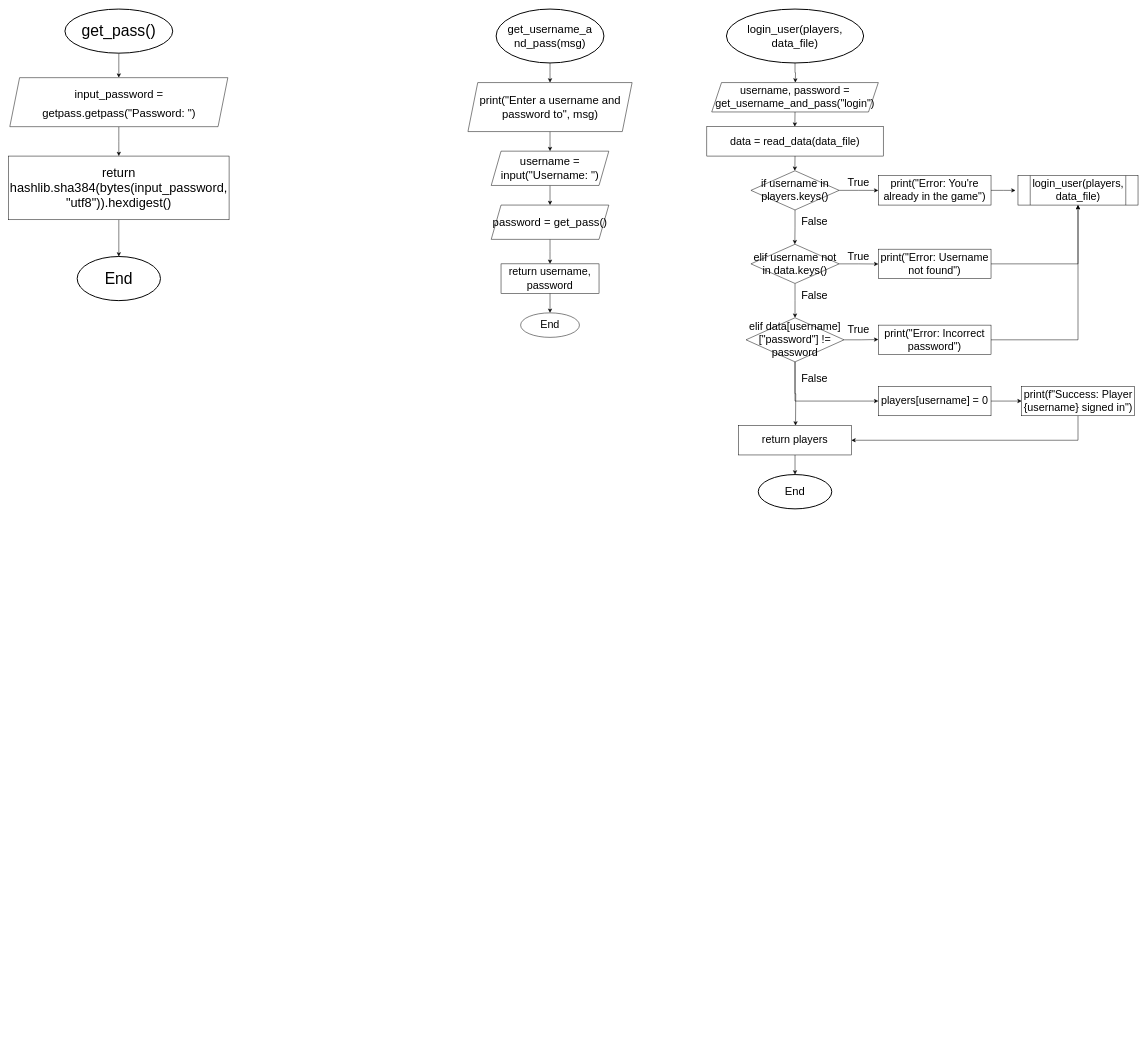
Earlier version of the draw.io diagram Untitled Diagram.drawio (SpyHoodle/python-dice-game). Source tidied: cells renumbered, new cells numbered last; positions are measured from the earlier drawing's top-left corner, leaving out a move shared by most shapes. Both pictures are drawn from the tidied source at 49%, with x=0, y=0 at pixel (8, 9).
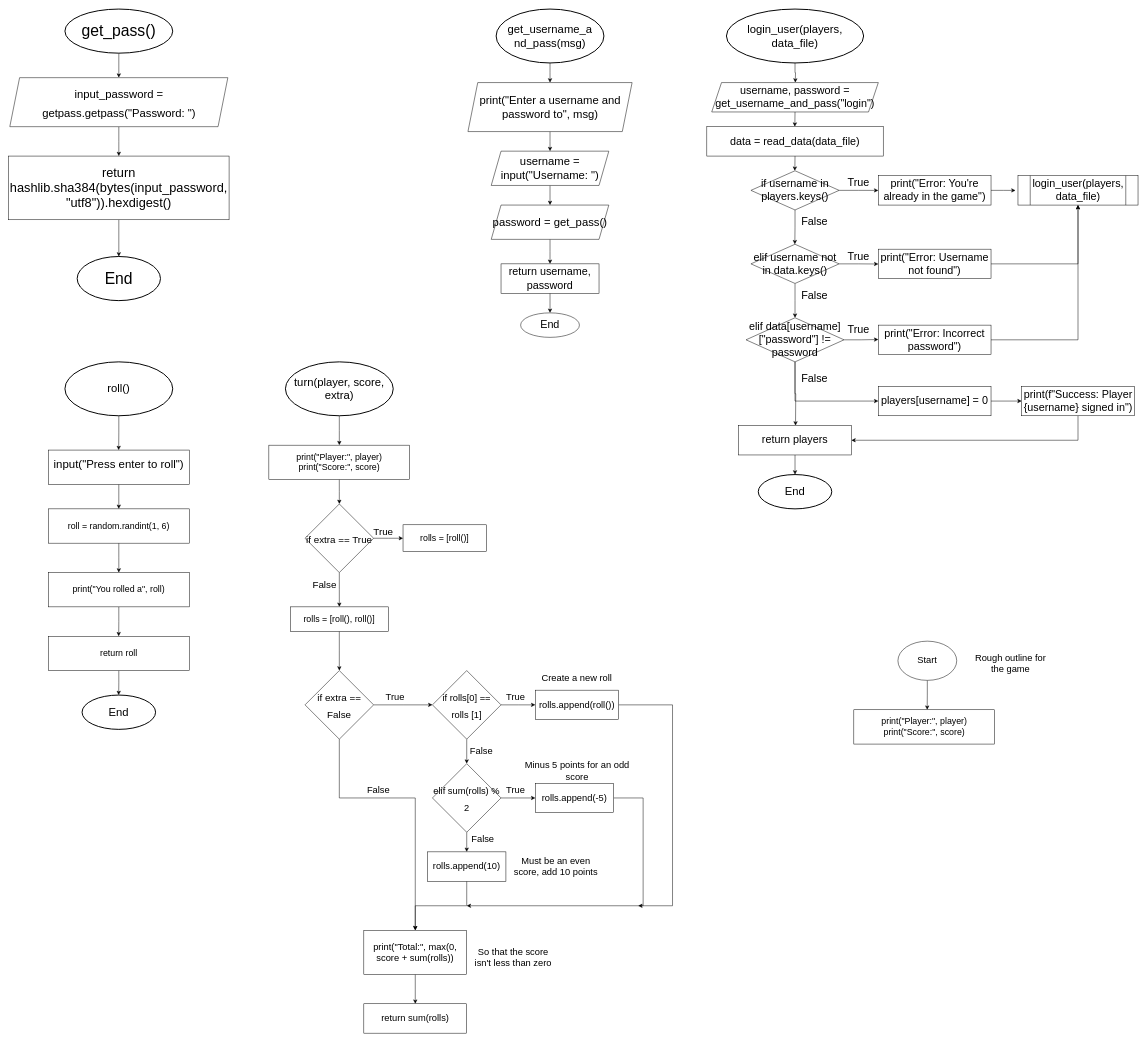
The same page after the edit.

Diff of the diagram source:
```diff
@@
+    <mxCell id="56" style="edgeStyle=orthogonalEdgeStyle;rounded=0;jettySize=auto;html=1;exitX=0.5;exitY=1;exitDx=0;exitDy=0;exitPerimeter=0;" parent="1" edge="1" source="57">
+      <mxGeometry relative="1" as="geometry">
+        <mxPoint x="224.7" y="900" as="targetPoint" />
+      </mxGeometry>
+    </mxCell>
+    <mxCell id="57" value="roll()" style="strokeWidth=2;html=1;shape=mxgraph.flowchart.start_1;whiteSpace=wrap;fontSize=23;" parent="1" vertex="1">
+      <mxGeometry x="115" y="720" width="220" height="110" as="geometry" />
+    </mxCell>
+    <mxCell id="58" style="edgeStyle=orthogonalEdgeStyle;rounded=0;jettySize=auto;html=1;exitX=0.5;exitY=1;exitDx=0;exitDy=0;entryX=0.5;entryY=0;entryDx=0;entryDy=0;fontSize=28;" parent="1" edge="1" source="59" target="61">
+      <mxGeometry relative="1" as="geometry" />
+    </mxCell>
+    <mxCell id="59" value="&lt;font style=&quot;font-size: 28px&quot;&gt;&lt;sup&gt;input(&quot;Press enter to roll&quot;)&lt;br style=&quot;font-size: 28px&quot;&gt;&lt;/sup&gt;&lt;/font&gt;" style="rounded=0;whiteSpace=wrap;html=1;fontSize=18;" parent="1" vertex="1">
+      <mxGeometry x="81.2" y="900" width="287.5" height="70" as="geometry" />
+    </mxCell>
+    <mxCell id="60" style="edgeStyle=orthogonalEdgeStyle;rounded=0;jettySize=auto;html=1;exitX=0.5;exitY=1;exitDx=0;exitDy=0;fontSize=28;" parent="1" edge="1" source="61" target="63">
+      <mxGeometry relative="1" as="geometry" />
+    </mxCell>
+    <mxCell id="61" value="roll = random.randint(1, 6)" style="rounded=0;whiteSpace=wrap;html=1;fontSize=18;" parent="1" vertex="1">
+      <mxGeometry x="81.2" y="1020" width="287.5" height="70" as="geometry" />
+    </mxCell>
+    <mxCell id="62" style="edgeStyle=orthogonalEdgeStyle;rounded=0;jettySize=auto;html=1;exitX=0.5;exitY=1;exitDx=0;exitDy=0;fontSize=28;" parent="1" edge="1" source="63">
+      <mxGeometry relative="1" as="geometry">
+        <mxPoint x="224.7" y="1280" as="targetPoint" />
+      </mxGeometry>
+    </mxCell>
+    <mxCell id="63" value="print(&quot;You rolled a&quot;, roll)" style="rounded=0;whiteSpace=wrap;html=1;fontSize=18;" parent="1" vertex="1">
+      <mxGeometry x="81.2" y="1150" width="287.5" height="70" as="geometry" />
+    </mxCell>
+    <mxCell id="64" style="edgeStyle=orthogonalEdgeStyle;rounded=0;jettySize=auto;html=1;exitX=0.5;exitY=1;exitDx=0;exitDy=0;fontSize=28;" parent="1" edge="1" source="65">
+      <mxGeometry relative="1" as="geometry">
+        <mxPoint x="224.7" y="1400" as="targetPoint" />
+      </mxGeometry>
+    </mxCell>
+    <mxCell id="65" value="return roll" style="rounded=0;whiteSpace=wrap;html=1;fontSize=18;" parent="1" vertex="1">
+      <mxGeometry x="81.2" y="1280" width="287.5" height="70" as="geometry" />
+    </mxCell>
+    <mxCell id="66" value="End" style="strokeWidth=2;html=1;shape=mxgraph.flowchart.start_1;whiteSpace=wrap;fontSize=23;" parent="1" vertex="1">
+      <mxGeometry x="150" y="1400" width="150" height="70" as="geometry" />
+    </mxCell>
+    <mxCell id="67" style="edgeStyle=orthogonalEdgeStyle;rounded=0;jettySize=auto;html=1;exitX=0.5;exitY=1;exitDx=0;exitDy=0;exitPerimeter=0;fontSize=28;" parent="1" edge="1" source="68">
+      <mxGeometry relative="1" as="geometry">
+        <mxPoint x="675" y="890" as="targetPoint" />
+      </mxGeometry>
+    </mxCell>
+    <mxCell id="68" value="turn(player, score, extra)" style="strokeWidth=2;html=1;shape=mxgraph.flowchart.start_1;whiteSpace=wrap;fontSize=23;" parent="1" vertex="1">
+      <mxGeometry x="565" y="720" width="220" height="110" as="geometry" />
+    </mxCell>
+    <mxCell id="69" style="edgeStyle=orthogonalEdgeStyle;rounded=0;jettySize=auto;html=1;exitX=0.5;exitY=1;exitDx=0;exitDy=0;fontSize=28;" parent="1" edge="1" source="70">
+      <mxGeometry relative="1" as="geometry">
+        <mxPoint x="675" y="1010" as="targetPoint" />
+      </mxGeometry>
+    </mxCell>
+    <mxCell id="70" value="&lt;div&gt;print(&quot;Player:&quot;, player)&lt;/div&gt;&lt;div&gt;print(&quot;Score:&quot;, score)&lt;br&gt;&lt;/div&gt;" style="rounded=0;whiteSpace=wrap;html=1;fontSize=18;" parent="1" vertex="1">
+      <mxGeometry x="531.2" y="890" width="287.5" height="70" as="geometry" />
+    </mxCell>
+    <mxCell id="71" style="edgeStyle=orthogonalEdgeStyle;rounded=0;jettySize=auto;html=1;exitX=1;exitY=0.5;exitDx=0;exitDy=0;fontSize=20;" parent="1" edge="1" source="73">
+      <mxGeometry relative="1" as="geometry">
+        <mxPoint x="805" y="1080" as="targetPoint" />
+      </mxGeometry>
+    </mxCell>
+    <mxCell id="72" style="edgeStyle=orthogonalEdgeStyle;rounded=0;jettySize=auto;html=1;exitX=0.5;exitY=1;exitDx=0;exitDy=0;fontSize=20;" parent="1" edge="1" source="73">
+      <mxGeometry relative="1" as="geometry">
+        <mxPoint x="675" y="1220" as="targetPoint" />
+      </mxGeometry>
+    </mxCell>
+    <mxCell id="73" value="&lt;font style=&quot;font-size: 20px&quot;&gt;if extra == True&lt;br&gt;&lt;/font&gt;" style="rhombus;whiteSpace=wrap;html=1;fontSize=28;" parent="1" vertex="1">
+      <mxGeometry x="605" y="1010" width="140" height="140" as="geometry" />
+    </mxCell>
+    <mxCell id="74" value="rolls = [roll()]" style="rounded=0;whiteSpace=wrap;html=1;fontSize=18;" parent="1" vertex="1">
+      <mxGeometry x="805" y="1052.5" width="170" height="55" as="geometry" />
+    </mxCell>
+    <mxCell id="75" style="edgeStyle=orthogonalEdgeStyle;rounded=0;jettySize=auto;html=1;exitX=0.5;exitY=1;exitDx=0;exitDy=0;fontSize=20;" parent="1" edge="1" source="76">
+      <mxGeometry relative="1" as="geometry">
+        <mxPoint x="675" y="1350" as="targetPoint" />
+      </mxGeometry>
+    </mxCell>
+    <mxCell id="76" value="rolls = [roll(), roll()]" style="rounded=0;whiteSpace=wrap;html=1;fontSize=18;" parent="1" vertex="1">
+      <mxGeometry x="575" y="1220" width="200" height="50" as="geometry" />
+    </mxCell>
+    <mxCell id="77" style="edgeStyle=orthogonalEdgeStyle;rounded=0;jettySize=auto;html=1;exitX=1;exitY=0.5;exitDx=0;exitDy=0;fontSize=20;" parent="1" edge="1" source="79">
+      <mxGeometry relative="1" as="geometry">
+        <mxPoint x="865" y="1420" as="targetPoint" />
+      </mxGeometry>
+    </mxCell>
+    <mxCell id="78" style="edgeStyle=orthogonalEdgeStyle;rounded=0;jettySize=auto;html=1;exitX=0.5;exitY=1;exitDx=0;exitDy=0;fontSize=19;" parent="1" edge="1" source="79" target="101">
+      <mxGeometry relative="1" as="geometry">
+        <Array as="points">
+          <mxPoint x="675" y="1610" />
+          <mxPoint x="830" y="1610" />
+        </Array>
+      </mxGeometry>
+    </mxCell>
+    <mxCell id="79" value="&lt;font style=&quot;font-size: 20px&quot;&gt;if extra == False&lt;br&gt;&lt;/font&gt;" style="rhombus;whiteSpace=wrap;html=1;fontSize=28;" parent="1" vertex="1">
+      <mxGeometry x="605" y="1350" width="140" height="140" as="geometry" />
+    </mxCell>
+    <mxCell id="80" value="True" style="text;html=1;strokeColor=none;fillColor=none;align=center;verticalAlign=middle;whiteSpace=wrap;rounded=0;fontSize=20;" parent="1" vertex="1">
+      <mxGeometry x="735" y="1050" width="60" height="30" as="geometry" />
+    </mxCell>
+    <mxCell id="81" value="False" style="text;html=1;strokeColor=none;fillColor=none;align=center;verticalAlign=middle;whiteSpace=wrap;rounded=0;fontSize=20;" parent="1" vertex="1">
+      <mxGeometry x="615" y="1160" width="60" height="30" as="geometry" />
+    </mxCell>
+    <mxCell id="82" style="edgeStyle=orthogonalEdgeStyle;rounded=0;jettySize=auto;html=1;exitX=0.5;exitY=1;exitDx=0;exitDy=0;fontSize=19;" parent="1" edge="1" source="84" target="87">
+      <mxGeometry relative="1" as="geometry" />
+    </mxCell>
+    <mxCell id="83" style="edgeStyle=orthogonalEdgeStyle;rounded=0;jettySize=auto;html=1;exitX=1;exitY=0.5;exitDx=0;exitDy=0;fontSize=19;" parent="1" edge="1" source="84">
+      <mxGeometry relative="1" as="geometry">
+        <mxPoint x="1075" y="1420" as="targetPoint" />
+      </mxGeometry>
+    </mxCell>
+    <mxCell id="84" value="&lt;font style=&quot;font-size: 19px&quot;&gt;if rolls[0] == rolls [1]&lt;br&gt;&lt;/font&gt;" style="rhombus;whiteSpace=wrap;html=1;fontSize=28;" parent="1" vertex="1">
+      <mxGeometry x="865" y="1350" width="140" height="140" as="geometry" />
+    </mxCell>
+    <mxCell id="85" style="edgeStyle=orthogonalEdgeStyle;rounded=0;jettySize=auto;html=1;exitX=0.5;exitY=1;exitDx=0;exitDy=0;fontSize=19;" parent="1" edge="1" source="87">
+      <mxGeometry relative="1" as="geometry">
+        <mxPoint x="935" y="1720" as="targetPoint" />
+      </mxGeometry>
+    </mxCell>
+    <mxCell id="86" style="edgeStyle=orthogonalEdgeStyle;rounded=0;jettySize=auto;html=1;exitX=1;exitY=0.5;exitDx=0;exitDy=0;fontSize=19;" parent="1" edge="1" source="87">
+      <mxGeometry relative="1" as="geometry">
+        <mxPoint x="1075" y="1610" as="targetPoint" />
+      </mxGeometry>
+    </mxCell>
+    <mxCell id="87" value="&lt;font style=&quot;font-size: 19px&quot;&gt;elif sum(rolls) % 2&lt;br&gt;&lt;/font&gt;" style="rhombus;whiteSpace=wrap;html=1;fontSize=28;" parent="1" vertex="1">
+      <mxGeometry x="865" y="1540" width="140" height="140" as="geometry" />
+    </mxCell>
+    <mxCell id="88" style="edgeStyle=orthogonalEdgeStyle;rounded=0;jettySize=auto;html=1;exitX=0.5;exitY=1;exitDx=0;exitDy=0;entryX=0.5;entryY=0;entryDx=0;entryDy=0;fontSize=19;" parent="1" edge="1" source="89" target="101">
+      <mxGeometry relative="1" as="geometry" />
+    </mxCell>
+    <mxCell id="89" value="rolls.append(10)" style="rounded=0;whiteSpace=wrap;html=1;fontSize=19;" parent="1" vertex="1">
+      <mxGeometry x="855" y="1720" width="160" height="60" as="geometry" />
+    </mxCell>
+    <mxCell id="90" value="True" style="text;html=1;strokeColor=none;fillColor=none;align=center;verticalAlign=middle;whiteSpace=wrap;rounded=0;fontSize=19;" parent="1" vertex="1">
+      <mxGeometry x="1005" y="1390" width="60" height="30" as="geometry" />
+    </mxCell>
+    <mxCell id="91" value="False" style="text;html=1;strokeColor=none;fillColor=none;align=center;verticalAlign=middle;whiteSpace=wrap;rounded=0;fontSize=19;" parent="1" vertex="1">
+      <mxGeometry x="935" y="1500" width="60" height="30" as="geometry" />
+    </mxCell>
+    <mxCell id="92" value="False" style="text;html=1;strokeColor=none;fillColor=none;align=center;verticalAlign=middle;whiteSpace=wrap;rounded=0;fontSize=19;" parent="1" vertex="1">
+      <mxGeometry x="937.5" y="1680" width="60" height="30" as="geometry" />
+    </mxCell>
+    <mxCell id="93" value="True" style="text;html=1;strokeColor=none;fillColor=none;align=center;verticalAlign=middle;whiteSpace=wrap;rounded=0;fontSize=19;" parent="1" vertex="1">
+      <mxGeometry x="1005" y="1580" width="60" height="30" as="geometry" />
+    </mxCell>
+    <mxCell id="94" style="edgeStyle=orthogonalEdgeStyle;rounded=0;jettySize=auto;html=1;exitX=1;exitY=0.5;exitDx=0;exitDy=0;fontSize=19;" parent="1" edge="1" source="95">
+      <mxGeometry relative="1" as="geometry">
+        <mxPoint x="935" y="1830" as="targetPoint" />
+        <Array as="points">
+          <mxPoint x="1295" y="1610" />
+          <mxPoint x="1295" y="1830" />
+        </Array>
+      </mxGeometry>
+    </mxCell>
+    <mxCell id="95" value="rolls.append(-5)" style="rounded=0;whiteSpace=wrap;html=1;fontSize=19;" parent="1" vertex="1">
+      <mxGeometry x="1075" y="1580" width="160" height="60" as="geometry" />
+    </mxCell>
+    <mxCell id="96" style="edgeStyle=orthogonalEdgeStyle;rounded=0;jettySize=auto;html=1;fontSize=19;" parent="1" edge="1" source="97">
+      <mxGeometry relative="1" as="geometry">
+        <mxPoint x="1285" y="1830" as="targetPoint" />
+        <Array as="points">
+          <mxPoint x="1355" y="1420" />
+          <mxPoint x="1355" y="1830" />
+        </Array>
+      </mxGeometry>
+    </mxCell>
+    <mxCell id="97" value="rolls.append(roll())" style="rounded=0;whiteSpace=wrap;html=1;fontSize=19;" parent="1" vertex="1">
+      <mxGeometry x="1075" y="1390" width="170" height="60" as="geometry" />
+    </mxCell>
+    <mxCell id="98" value="Create a new roll" style="text;html=1;strokeColor=none;fillColor=none;align=center;verticalAlign=middle;whiteSpace=wrap;rounded=0;fontSize=19;" parent="1" vertex="1">
+      <mxGeometry x="1085" y="1350" width="150" height="30" as="geometry" />
+    </mxCell>
+    <mxCell id="99" value="True" style="text;html=1;strokeColor=none;fillColor=none;align=center;verticalAlign=middle;whiteSpace=wrap;rounded=0;fontSize=19;" parent="1" vertex="1">
+      <mxGeometry x="758.8" y="1390" width="60" height="30" as="geometry" />
+    </mxCell>
+    <mxCell id="100" style="edgeStyle=orthogonalEdgeStyle;rounded=0;jettySize=auto;html=1;exitX=0.5;exitY=1;exitDx=0;exitDy=0;fontSize=19;" parent="1" edge="1" source="101">
+      <mxGeometry relative="1" as="geometry">
+        <mxPoint x="830" y="2030" as="targetPoint" />
+      </mxGeometry>
+    </mxCell>
+    <mxCell id="101" value="print(&quot;Total:&quot;, max(0, score + sum(rolls))" style="rounded=0;whiteSpace=wrap;html=1;fontSize=19;" parent="1" vertex="1">
+      <mxGeometry x="725" y="1880" width="210" height="90" as="geometry" />
+    </mxCell>
+    <mxCell id="102" value="Minus 5 points for an odd score" style="text;html=1;strokeColor=none;fillColor=none;align=center;verticalAlign=middle;whiteSpace=wrap;rounded=0;fontSize=19;" parent="1" vertex="1">
+      <mxGeometry x="1037.5" y="1540" width="245" height="30" as="geometry" />
+    </mxCell>
+    <mxCell id="103" value="Must be an even score, add 10 points" style="text;html=1;strokeColor=none;fillColor=none;align=center;verticalAlign=middle;whiteSpace=wrap;rounded=0;fontSize=19;" parent="1" vertex="1">
+      <mxGeometry x="1027.5" y="1735" width="177.5" height="30" as="geometry" />
+    </mxCell>
+    <mxCell id="104" value="False" style="text;html=1;strokeColor=none;fillColor=none;align=center;verticalAlign=middle;whiteSpace=wrap;rounded=0;fontSize=19;" parent="1" vertex="1">
+      <mxGeometry x="725" y="1580" width="60" height="30" as="geometry" />
+    </mxCell>
+    <mxCell id="105" value="return sum(rolls)" style="rounded=0;whiteSpace=wrap;html=1;fontSize=19;" parent="1" vertex="1">
+      <mxGeometry x="725" y="2030" width="210" height="60" as="geometry" />
+    </mxCell>
+    <mxCell id="106" value="So that the score isn't less than zero" style="text;html=1;strokeColor=none;fillColor=none;align=center;verticalAlign=middle;whiteSpace=wrap;rounded=0;fontSize=19;" parent="1" vertex="1">
+      <mxGeometry x="945" y="1920" width="170" height="30" as="geometry" />
+    </mxCell>
+    <mxCell id="107" style="edgeStyle=orthogonalEdgeStyle;rounded=0;jettySize=auto;html=1;exitX=0.5;exitY=1;exitDx=0;exitDy=0;fontSize=19;" parent="1" edge="1" source="108">
+      <mxGeometry relative="1" as="geometry">
+        <mxPoint x="1874.7" y="1430" as="targetPoint" />
+      </mxGeometry>
+    </mxCell>
+    <mxCell id="108" value="Start" style="ellipse;whiteSpace=wrap;html=1;fontSize=19;" parent="1" vertex="1">
+      <mxGeometry x="1815" y="1290" width="120" height="80" as="geometry" />
+    </mxCell>
+    <mxCell id="109" value="Rough outline for the game" style="text;html=1;strokeColor=none;fillColor=none;align=center;verticalAlign=middle;whiteSpace=wrap;rounded=0;fontSize=19;" parent="1" vertex="1">
+      <mxGeometry x="1965" y="1320" width="160" height="30" as="geometry" />
+    </mxCell>
+    <mxCell id="110" value="&lt;div&gt;print(&quot;Player:&quot;, player)&lt;/div&gt;&lt;div&gt;print(&quot;Score:&quot;, score)&lt;br&gt;&lt;/div&gt;" style="rounded=0;whiteSpace=wrap;html=1;fontSize=18;" parent="1" vertex="1">
+      <mxGeometry x="1725" y="1430" width="287.5" height="70" as="geometry" />
+    </mxCell>
```
